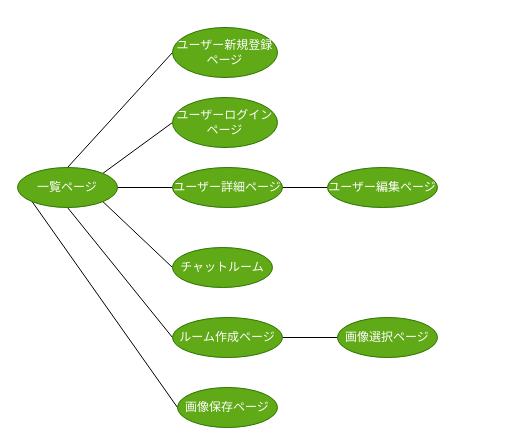
aki2314/chatroom keeps this draw.io diagram as 画面遷移図.dio. Above is the earlier version. Source tidied: cells renumbered, new cells numbered last; positions are measured from the earlier drawing's top-left corner, leaving out a move shared by most shapes. Both pictures are drawn from the tidied source at 100%, with x=0, y=0 at pixel (17, 27).
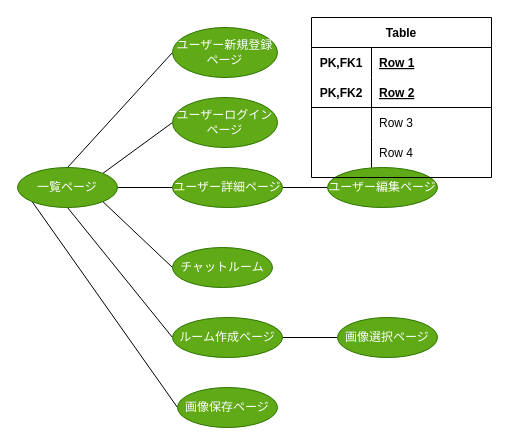
The same page after the edit.

Commit message:
画面遷移図

Diff of the diagram source:
```diff
@@
+    <mxCell id="19" value="Table" style="shape=table;startSize=30;childLayout=tableLayout;rowLines=0;fontStyle=1;align=center;" parent="1" vertex="1">
+      <mxGeometry x="294" y="-10" width="180" height="160" as="geometry" />
+    </mxCell>
+    <mxCell id="20" style="shape=partialRectangle;fillColor=none;top=0;left=0;bottom=0;right=0;" parent="19" vertex="1">
+      <mxGeometry y="30" width="180" height="30" as="geometry" />
+    </mxCell>
+    <mxCell id="21" value="PK,FK1" style="shape=partialRectangle;fillColor=none;top=0;left=0;bottom=0;right=0;fontStyle=1;overflow=hidden;" parent="20" vertex="1">
+      <mxGeometry width="60" height="30" as="geometry" />
+    </mxCell>
+    <mxCell id="22" value="Row 1" style="shape=partialRectangle;fillColor=none;top=0;left=0;bottom=0;right=0;align=left;spacingLeft=6;fontStyle=5;overflow=hidden;" parent="20" vertex="1">
+      <mxGeometry x="60" width="120" height="30" as="geometry" />
+    </mxCell>
+    <mxCell id="23" style="shape=partialRectangle;fillColor=none;top=0;left=0;bottom=1;right=0;" parent="19" vertex="1">
+      <mxGeometry y="60" width="180" height="30" as="geometry" />
+    </mxCell>
+    <mxCell id="24" value="PK,FK2" style="shape=partialRectangle;fillColor=none;top=0;left=0;bottom=0;right=0;fontStyle=1;overflow=hidden;" parent="23" vertex="1">
+      <mxGeometry width="60" height="30" as="geometry" />
+    </mxCell>
+    <mxCell id="25" value="Row 2" style="shape=partialRectangle;fillColor=none;top=0;left=0;bottom=0;right=0;align=left;spacingLeft=6;fontStyle=5;overflow=hidden;" parent="23" vertex="1">
+      <mxGeometry x="60" width="120" height="30" as="geometry" />
+    </mxCell>
+    <mxCell id="26" style="shape=partialRectangle;fillColor=none;top=0;left=0;bottom=0;right=0;" parent="19" vertex="1">
+      <mxGeometry y="90" width="180" height="30" as="geometry" />
+    </mxCell>
+    <mxCell id="27" style="shape=partialRectangle;fillColor=none;top=0;left=0;bottom=0;right=0;overflow=hidden;" parent="26" vertex="1">
+      <mxGeometry width="60" height="30" as="geometry" />
+    </mxCell>
+    <mxCell id="28" value="Row 3" style="shape=partialRectangle;fillColor=none;top=0;left=0;bottom=0;right=0;align=left;spacingLeft=6;overflow=hidden;" parent="26" vertex="1">
+      <mxGeometry x="60" width="120" height="30" as="geometry" />
+    </mxCell>
+    <mxCell id="29" style="shape=partialRectangle;fillColor=none;top=0;left=0;bottom=0;right=0;" parent="19" vertex="1">
+      <mxGeometry y="120" width="180" height="30" as="geometry" />
+    </mxCell>
+    <mxCell id="30" style="shape=partialRectangle;fillColor=none;top=0;left=0;bottom=0;right=0;overflow=hidden;" parent="29" vertex="1">
+      <mxGeometry width="60" height="30" as="geometry" />
+    </mxCell>
+    <mxCell id="31" value="Row 4" style="shape=partialRectangle;fillColor=none;top=0;left=0;bottom=0;right=0;align=left;spacingLeft=6;overflow=hidden;" parent="29" vertex="1">
+      <mxGeometry x="60" width="120" height="30" as="geometry" />
+    </mxCell>
```
